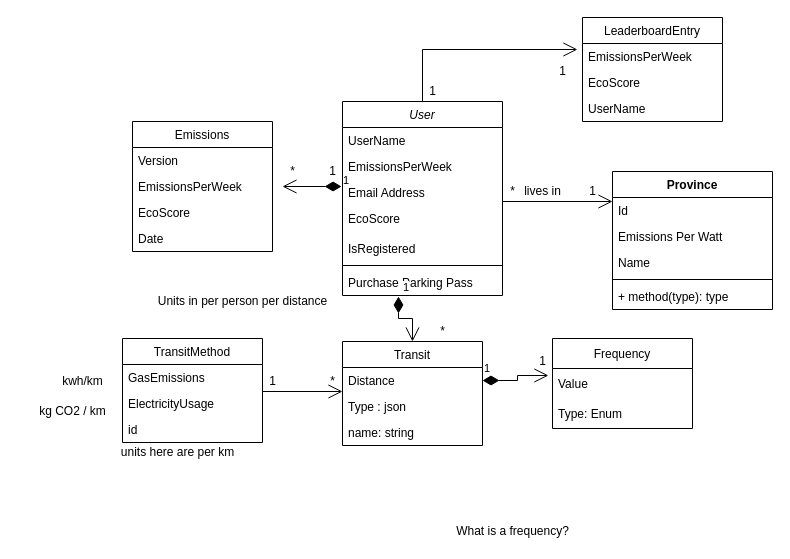
chrisvettese/microsoft-hackathon-2021 keeps this draw.io diagram as Untitled Diagram.drawio. Above is the earlier version. Source tidied: cells renumbered, new cells numbered last; positions are measured from the earlier drawing's top-left corner, leaving out a move shared by most shapes. Both pictures are drawn from the tidied source at 100%, with x=0, y=0 at pixel (32, 17).
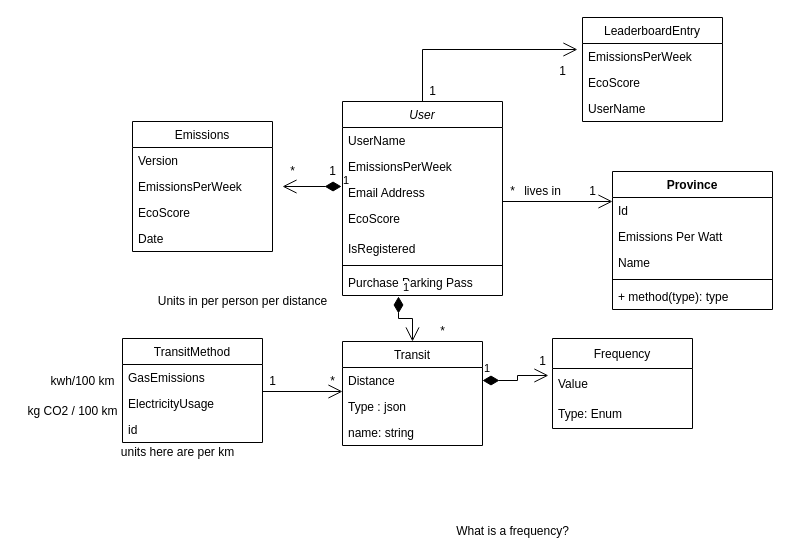
The same diagram, later.

What changed in the source:
```diff
@@
-    <mxCell id="56" value="kwh/km" style="text;html=1;align=center;verticalAlign=middle;strokeColor=none;fillColor=none;" parent="1" vertex="1">
-      <mxGeometry x="20" y="354" width="60" height="20" as="geometry" />
+    <mxCell id="56" value="kwh/100 km" style="text;html=1;align=center;verticalAlign=middle;strokeColor=none;fillColor=none;" parent="1" vertex="1">
+      <mxGeometry x="10" y="354" width="80" height="20" as="geometry" />
     </mxCell>
-    <mxCell id="57" value="kg CO2 / km" style="text;html=1;align=center;verticalAlign=middle;strokeColor=none;fillColor=none;" parent="1" vertex="1">
-      <mxGeometry y="384" width="80" height="20" as="geometry" />
+    <mxCell id="57" value="kg CO2 / 100 km" style="text;html=1;align=center;verticalAlign=middle;strokeColor=none;fillColor=none;" parent="1" vertex="1">
+      <mxGeometry x="-15" y="384" width="110" height="20" as="geometry" />
     </mxCell>
```
